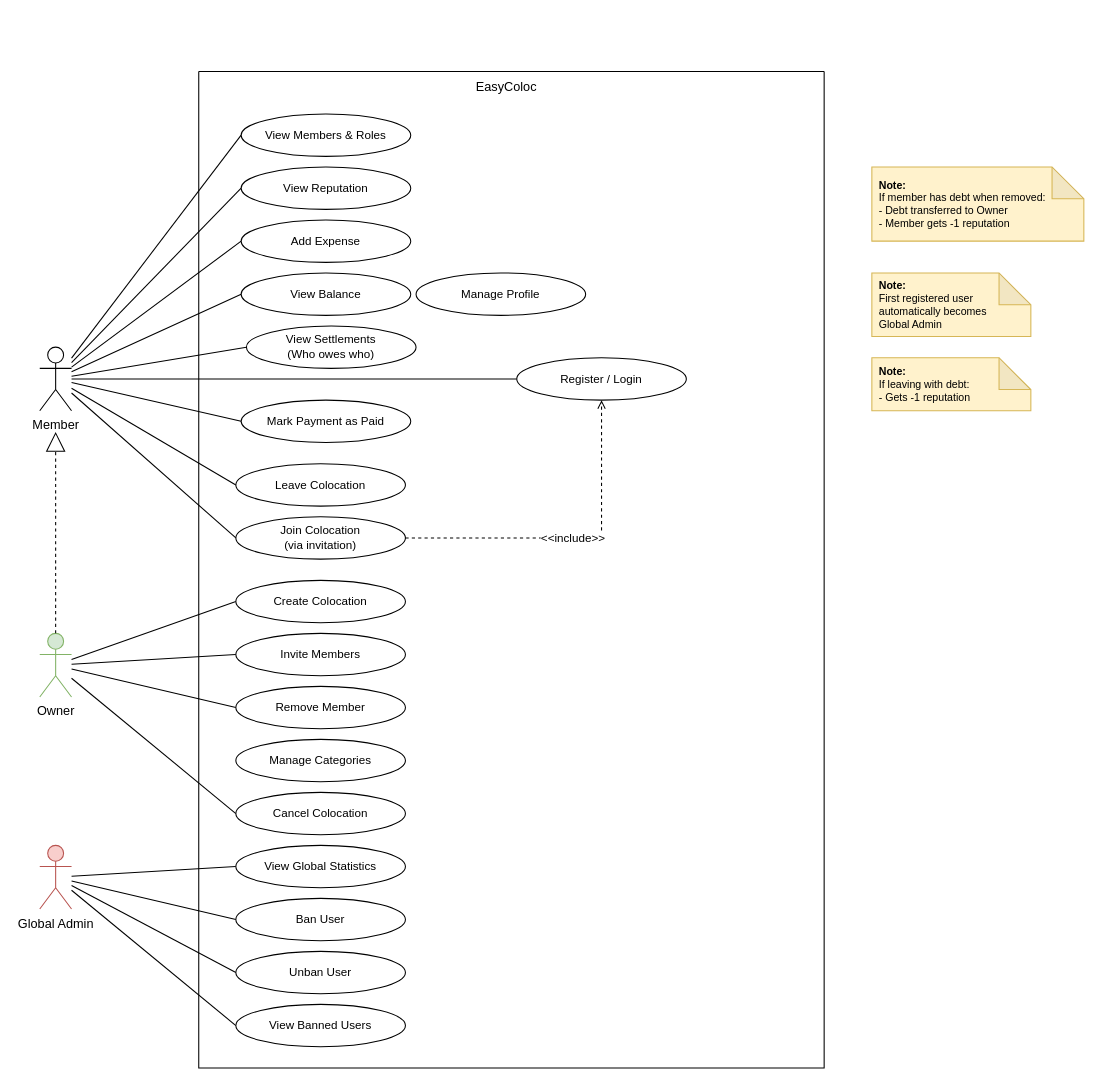
Earlier version of the draw.io diagram UML/useCaseDiagram.drawio (bahaztariq/EasyColoc). Source tidied: cells renumbered, new cells numbered last; positions are measured from the earlier drawing's top-left corner, leaving out a move shared by most shapes. Both pictures are drawn from the tidied source at 106%, with x=0, y=0 at pixel (39, 71).
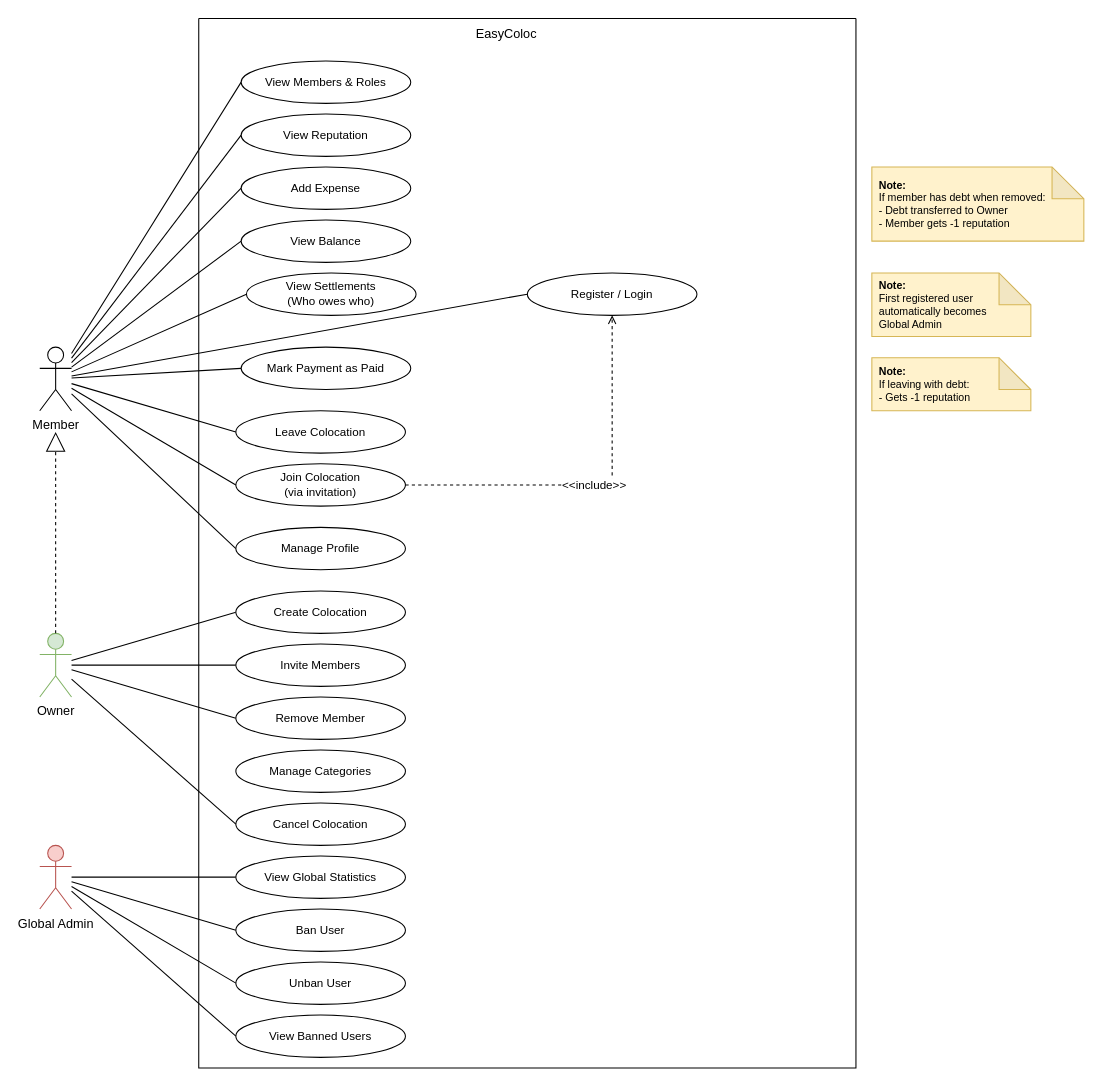
The same page after the edit.

The change refers to these unchanged cells:
```xml
<mxCell id="5" value="Member" style="shape=umlActor;verticalLabelPosition=bottom;verticalAlign=top;html=1;outlineConnect=0;fontSize=12;" parent="1" vertex="1">
  <mxGeometry y="260" width="30" height="60" as="geometry" />
</mxCell>
```

Change to the diagram source:
```diff
@@
+    <mxCell id="48" style="edgeStyle=none;html=1;entryX=0;entryY=0.5;entryDx=0;entryDy=0;endArrow=none;endFill=0;" parent="1" edge="1" source="5" target="45">
+      <mxGeometry relative="1" as="geometry" />
+    </mxCell>
@@
     <mxCell id="26" style="swimlane;startSize=0;" parent="1" vertex="1">
-      <mxGeometry x="150" width="590" height="940" as="geometry" />
+      <mxGeometry x="150" y="-50" width="620" height="990" as="geometry" />
     </mxCell>
@@
     <mxCell id="28" value="Invite Members" style="ellipse;whiteSpace=wrap;html=1;fontSize=11;fillColor=#ffffff;" parent="26" vertex="1">
-      <mxGeometry x="35" y="530" width="160" height="40" as="geometry" />
+      <mxGeometry x="35" y="590" width="160" height="40" as="geometry" />
     </mxCell>
     <mxCell id="29" value="Remove Member" style="ellipse;whiteSpace=wrap;html=1;fontSize=11;fillColor=#ffffff;" parent="26" vertex="1">
-      <mxGeometry x="35" y="580" width="160" height="40" as="geometry" />
+      <mxGeometry x="35" y="640" width="160" height="40" as="geometry" />
     </mxCell>
     <mxCell id="30" value="Manage Categories" style="ellipse;whiteSpace=wrap;html=1;fontSize=11;fillColor=#ffffff;" parent="26" vertex="1">
-      <mxGeometry x="35" y="630" width="160" height="40" as="geometry" />
+      <mxGeometry x="35" y="690" width="160" height="40" as="geometry" />
     </mxCell>
     <mxCell id="31" value="Cancel Colocation" style="ellipse;whiteSpace=wrap;html=1;fontSize=11;fillColor=#ffffff;" parent="26" vertex="1">
-      <mxGeometry x="35" y="680" width="160" height="40" as="geometry" />
+      <mxGeometry x="35" y="740" width="160" height="40" as="geometry" />
     </mxCell>
     <mxCell id="32" value="Create Colocation" style="ellipse;whiteSpace=wrap;html=1;fontSize=11;fillColor=#ffffff;" parent="26" vertex="1">
-      <mxGeometry x="35" y="480" width="160" height="40" as="geometry" />
+      <mxGeometry x="35" y="540" width="160" height="40" as="geometry" />
     </mxCell>
@@
     <mxCell id="34" value="View Global Statistics" style="ellipse;whiteSpace=wrap;html=1;fontSize=11;fillColor=#ffffff;" parent="26" vertex="1">
-      <mxGeometry x="35" y="730" width="160" height="40" as="geometry" />
+      <mxGeometry x="35" y="790" width="160" height="40" as="geometry" />
     </mxCell>
     <mxCell id="35" value="Ban User" style="ellipse;whiteSpace=wrap;html=1;fontSize=11;fillColor=#ffffff;" parent="26" vertex="1">
-      <mxGeometry x="35" y="780" width="160" height="40" as="geometry" />
+      <mxGeometry x="35" y="840" width="160" height="40" as="geometry" />
     </mxCell>
     <mxCell id="36" value="Unban User" style="ellipse;whiteSpace=wrap;html=1;fontSize=11;fillColor=#ffffff;" parent="26" vertex="1">
-      <mxGeometry x="35" y="830" width="160" height="40" as="geometry" />
+      <mxGeometry x="35" y="890" width="160" height="40" as="geometry" />
     </mxCell>
     <mxCell id="37" value="View Banned Users" style="ellipse;whiteSpace=wrap;html=1;fontSize=11;fillColor=#ffffff;" parent="26" vertex="1">
-      <mxGeometry x="35" y="880" width="160" height="40" as="geometry" />
+      <mxGeometry x="35" y="940" width="160" height="40" as="geometry" />
     </mxCell>
@@
     <mxCell id="45" value="Manage Profile" style="ellipse;whiteSpace=wrap;html=1;fontSize=11;fillColor=#ffffff;" parent="26" vertex="1">
-      <mxGeometry x="205" y="190" width="160" height="40" as="geometry" />
+      <mxGeometry x="35" y="480" width="160" height="40" as="geometry" />
     </mxCell>
     <mxCell id="46" value="Register / Login" style="ellipse;whiteSpace=wrap;html=1;fontSize=11;fillColor=#ffffff;" parent="26" vertex="1">
-      <mxGeometry x="300" y="270" width="160" height="40" as="geometry" />
+      <mxGeometry x="310" y="240" width="160" height="40" as="geometry" />
     </mxCell>
```
